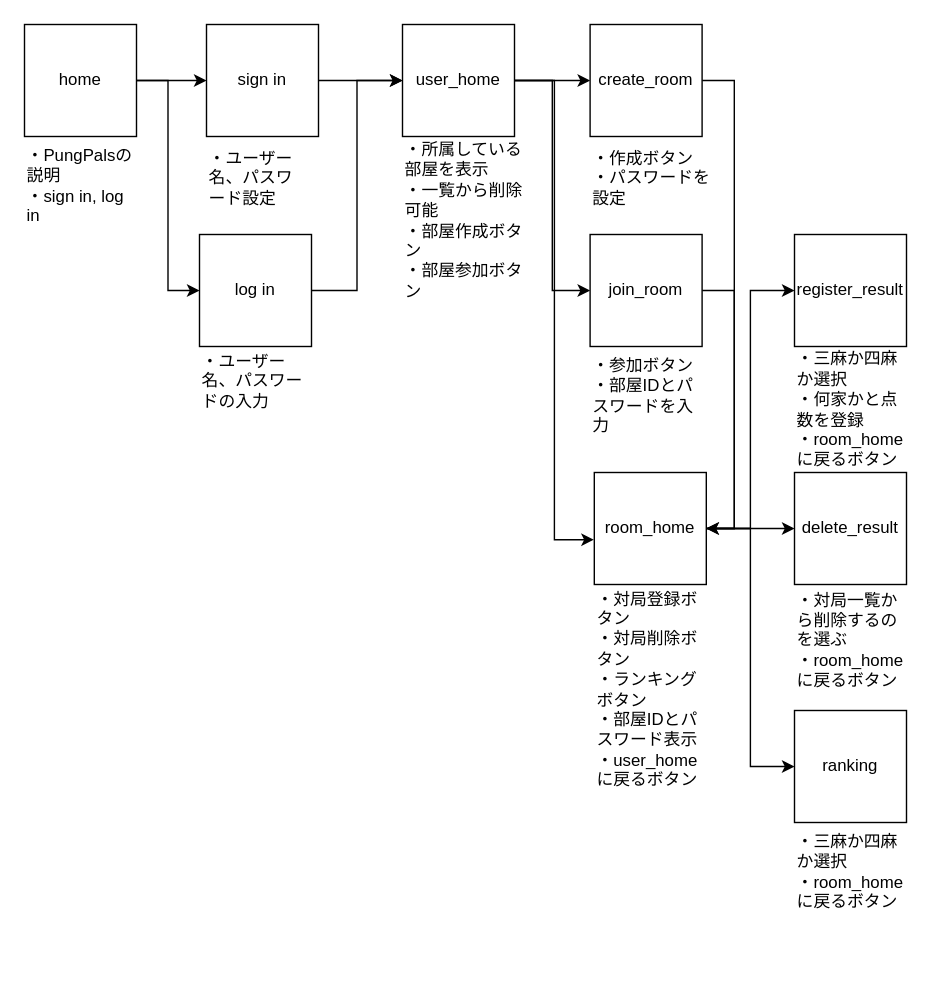
The draw.io diagram PungPals_screen.drawio in kechigon/PungPals, before the edit. Source tidied: cells renumbered, new cells numbered last; positions are measured from the earlier drawing's top-left corner, leaving out a move shared by most shapes. Both pictures are drawn from the tidied source at 140%, with x=0, y=0 at pixel (24, 24).
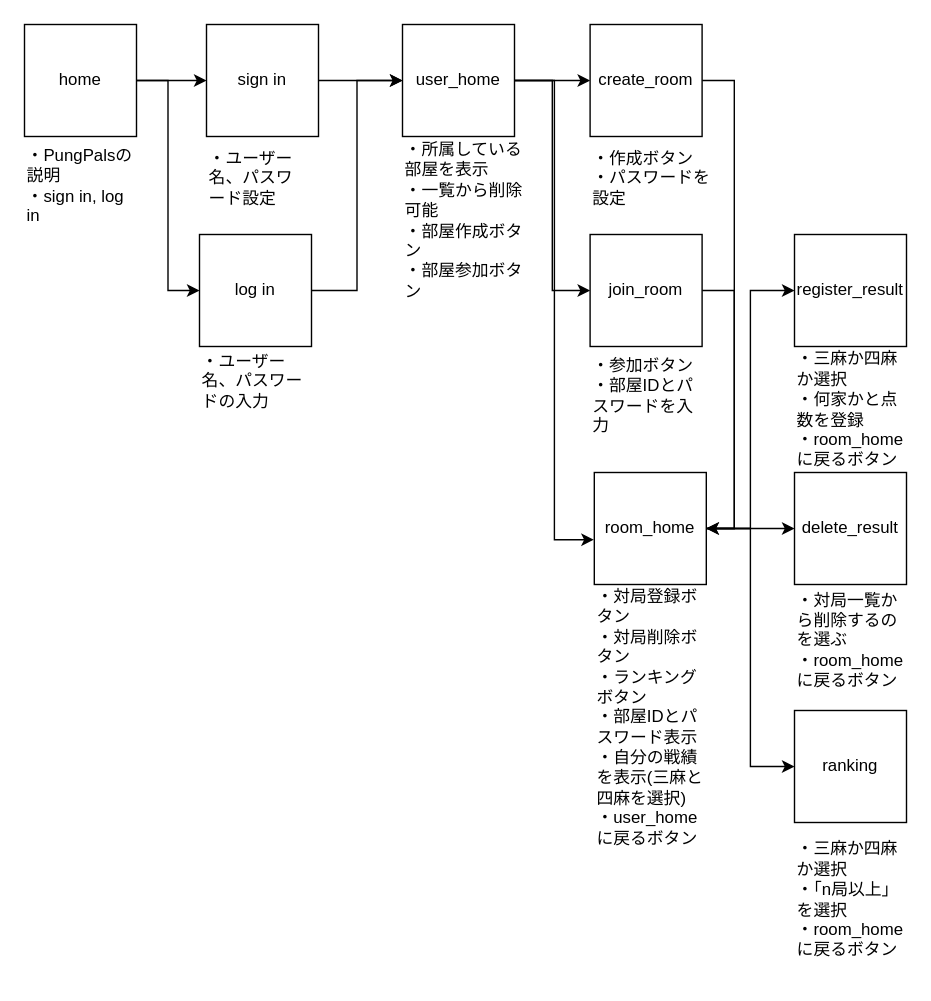
After the change.

Commit message:
PungPals_screen.drawio を更新します

Change to the diagram source:
```diff
@@
-    <mxCell id="27" value="・対局登録ボタン&lt;br&gt;・対局削除ボタン&lt;br&gt;・ランキングボタン&lt;br&gt;・部屋IDとパスワード表示&lt;br&gt;・user_homeに戻るボタン" style="text;html=1;strokeColor=none;fillColor=none;align=left;verticalAlign=middle;whiteSpace=wrap;rounded=0;" parent="1" vertex="1">
-      <mxGeometry x="407" y="400" width="83" height="150" as="geometry" />
+    <mxCell id="27" value="・対局登録ボタン&lt;br&gt;・対局削除ボタン&lt;br&gt;・ランキングボタン&lt;br&gt;・部屋IDとパスワード表示&lt;br&gt;・自分の戦績を表示(三麻と四麻を選択)&lt;br&gt;・user_homeに戻るボタン" style="text;html=1;strokeColor=none;fillColor=none;align=left;verticalAlign=middle;whiteSpace=wrap;rounded=0;" parent="1" vertex="1">
+      <mxGeometry x="407" y="400" width="83" height="190" as="geometry" />
     </mxCell>
@@
-    <mxCell id="31" value="・三麻か四麻か選択&lt;br&gt;・room_homeに戻るボタン" style="text;html=1;strokeColor=none;fillColor=none;align=left;verticalAlign=middle;whiteSpace=wrap;rounded=0;" parent="1" vertex="1">
-      <mxGeometry x="550" y="570" width="80" height="70" as="geometry" />
+    <mxCell id="31" value="・三麻か四麻か選択&lt;br&gt;・「n局以上」を選択&lt;br&gt;・room_homeに戻るボタン" style="text;html=1;strokeColor=none;fillColor=none;align=left;verticalAlign=middle;whiteSpace=wrap;rounded=0;" parent="1" vertex="1">
+      <mxGeometry x="550" y="570" width="80" height="110" as="geometry" />
     </mxCell>
```
